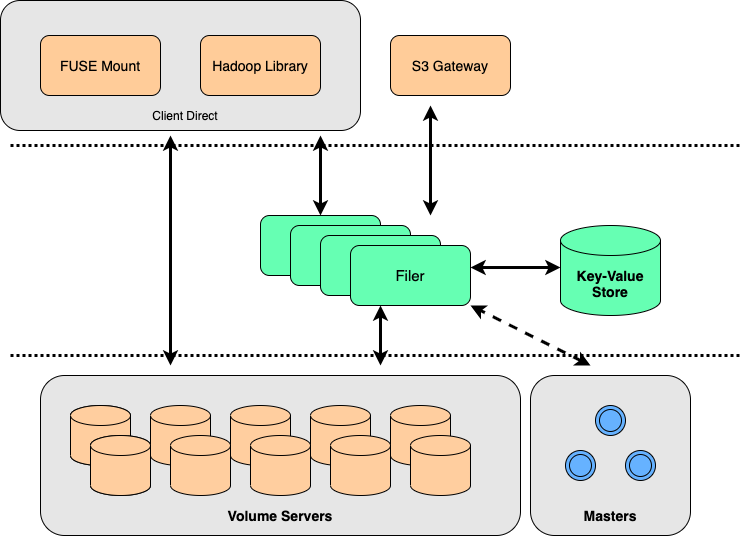
The draw.io diagram note/SeaweedFS_Architecture.png in seaweedfs/seaweedfs, before a commit. Source tidied: cells renumbered, new cells last; positions are measured from the earlier drawing's top-left corner, leaving out a move shared by most shapes.
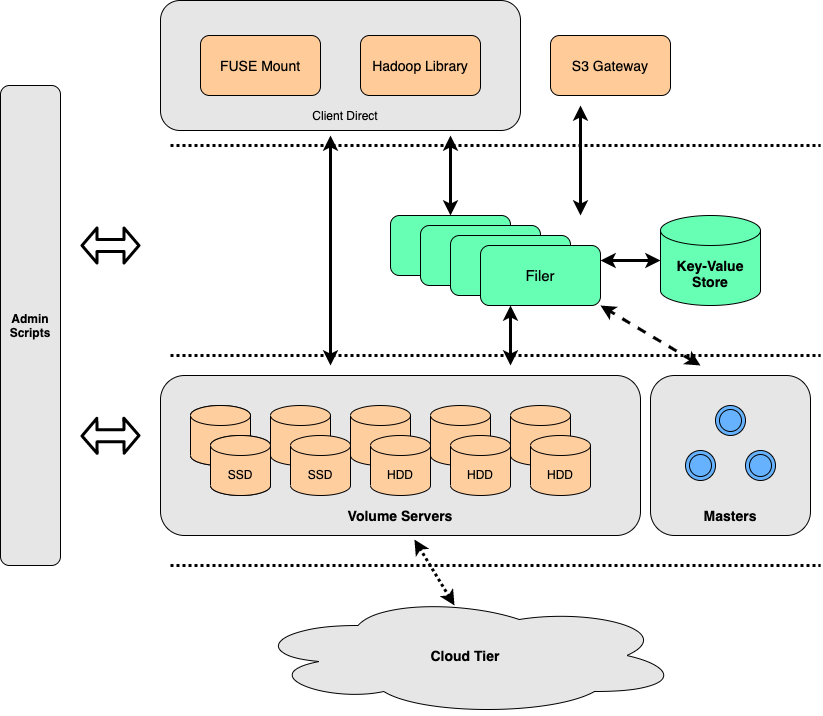
After the change.

Diff of the diagram source:
```diff
@@ -6,7 +6,7 @@
       <mxGeometry width="360" height="130" as="geometry" />
     </mxCell>
     <mxCell id="3" style="group;" parent="1" vertex="1">
-      <mxGeometry x="40" y="375" width="480" height="160" as="geometry" />
+      <mxGeometry y="375" width="480" height="160" as="geometry" />
     </mxCell>
     <mxCell id="4" style="rounded=1;whiteSpace=wrap;html=1;fillColor=#E6E6E6;" parent="3" vertex="1">
       <mxGeometry width="480" height="160" as="geometry" />
@@ -32,26 +32,26 @@
     <mxCell id="11" style="shape=cylinder3;whiteSpace=wrap;html=1;boundedLbl=1;backgroundOutline=1;size=10;fillColor=#FFCE9F;" parent="3" vertex="1">
       <mxGeometry x="50" y="60" width="60" height="60" as="geometry" />
     </mxCell>
-    <mxCell id="12" style="shape=cylinder3;whiteSpace=wrap;html=1;boundedLbl=1;backgroundOutline=1;size=10;fillColor=#FFCE9F;" parent="3" vertex="1">
+    <mxCell id="12" value="SSD" style="shape=cylinder3;whiteSpace=wrap;html=1;boundedLbl=1;backgroundOutline=1;size=10;fillColor=#FFCE9F;" parent="3" vertex="1">
       <mxGeometry x="130" y="60" width="60" height="60" as="geometry" />
     </mxCell>
-    <mxCell id="13" style="shape=cylinder3;whiteSpace=wrap;html=1;boundedLbl=1;backgroundOutline=1;size=10;fillColor=#FFCE9F;" parent="3" vertex="1">
+    <mxCell id="13" value="HDD" style="shape=cylinder3;whiteSpace=wrap;html=1;boundedLbl=1;backgroundOutline=1;size=10;fillColor=#FFCE9F;" parent="3" vertex="1">
       <mxGeometry x="210" y="60" width="60" height="60" as="geometry" />
     </mxCell>
-    <mxCell id="14" style="shape=cylinder3;whiteSpace=wrap;html=1;boundedLbl=1;backgroundOutline=1;size=10;fillColor=#FFCE9F;" parent="3" vertex="1">
+    <mxCell id="14" value="HDD" style="shape=cylinder3;whiteSpace=wrap;html=1;boundedLbl=1;backgroundOutline=1;size=10;fillColor=#FFCE9F;" parent="3" vertex="1">
       <mxGeometry x="290" y="60" width="60" height="60" as="geometry" />
     </mxCell>
-    <mxCell id="15" style="shape=cylinder3;whiteSpace=wrap;html=1;boundedLbl=1;backgroundOutline=1;size=10;fillColor=#FFCE9F;" parent="3" vertex="1">
+    <mxCell id="15" value="HDD" style="shape=cylinder3;whiteSpace=wrap;html=1;boundedLbl=1;backgroundOutline=1;size=10;fillColor=#FFCE9F;" parent="3" vertex="1">
       <mxGeometry x="370" y="60" width="60" height="60" as="geometry" />
     </mxCell>
-    <mxCell id="16" style="shape=cylinder3;whiteSpace=wrap;html=1;boundedLbl=1;backgroundOutline=1;size=10;fillColor=#FFCE9F;" parent="3" vertex="1">
+    <mxCell id="16" value="SSD" style="shape=cylinder3;whiteSpace=wrap;html=1;boundedLbl=1;backgroundOutline=1;size=10;fillColor=#FFCE9F;" parent="3" vertex="1">
       <mxGeometry x="50" y="60" width="60" height="60" as="geometry" />
     </mxCell>
     <mxCell id="17" value="&lt;b&gt;&lt;font style=&quot;font-size: 14px&quot;&gt;Volume Servers&lt;/font&gt;&lt;/b&gt;" style="text;html=1;strokeColor=none;fillColor=none;align=center;verticalAlign=middle;whiteSpace=wrap;rounded=0;" parent="3" vertex="1">
       <mxGeometry x="140" y="130" width="200" height="20" as="geometry" />
     </mxCell>
     <mxCell id="18" style="group;" parent="1" vertex="1">
-      <mxGeometry x="530" y="375" width="160" height="160" as="geometry" />
+      <mxGeometry x="490" y="375" width="160" height="160" as="geometry" />
     </mxCell>
     <mxCell id="19" style="rounded=1;whiteSpace=wrap;html=1;fillColor=#E6E6E6;" parent="18" vertex="1">
       <mxGeometry width="160" height="160" as="geometry" />
@@ -71,16 +71,16 @@
     <mxCell id="24" style="endArrow=none;dashed=1;html=1;strokeWidth=3;dashPattern=1 1;" parent="1" edge="1">
       <mxGeometry relative="1" as="geometry">
         <mxPoint x="10" y="355" as="sourcePoint" />
-        <mxPoint x="740" y="355" as="targetPoint" />
+        <mxPoint x="660" y="355" as="targetPoint" />
       </mxGeometry>
     </mxCell>
     <mxCell id="25" value="&lt;font style=&quot;font-size: 14px&quot;&gt;&lt;b&gt;Key-Value Store&lt;/b&gt;&lt;/font&gt;" style="shape=cylinder3;whiteSpace=wrap;html=1;boundedLbl=1;backgroundOutline=1;size=15;fillColor=#66FFB3;" parent="1" vertex="1">
-      <mxGeometry x="560" y="225" width="100" height="90" as="geometry" />
+      <mxGeometry x="500" y="215" width="100" height="90" as="geometry" />
     </mxCell>
     <mxCell id="26" style="endArrow=none;dashed=1;html=1;strokeWidth=3;dashPattern=1 1;" parent="1" edge="1">
       <mxGeometry relative="1" as="geometry">
         <mxPoint x="10" y="145" as="sourcePoint" />
-        <mxPoint x="740" y="145" as="targetPoint" />
+        <mxPoint x="660" y="145" as="targetPoint" />
       </mxGeometry>
     </mxCell>
     <mxCell id="27" value="&lt;font style=&quot;font-size: 14px&quot;&gt;S3 Gateway&lt;/font&gt;" style="rounded=1;whiteSpace=wrap;html=1;fillColor=#FFCC99;" parent="1" vertex="1">
@@ -103,11 +103,11 @@
     </mxCell>
     <mxCell id="32" style="endArrow=classic;startArrow=classic;html=1;strokeWidth=3;exitX=0.5;exitY=0;exitDx=0;exitDy=0;" parent="1" edge="1" source="34">
       <mxGeometry relative="1" as="geometry">
-        <mxPoint x="320" y="135" as="targetPoint" />
+        <mxPoint x="290" y="135" as="targetPoint" />
       </mxGeometry>
     </mxCell>
     <mxCell id="33" style="group;" parent="1" vertex="1">
-      <mxGeometry x="260" y="215" width="210" height="90" as="geometry" />
+      <mxGeometry x="230" y="215" width="210" height="90" as="geometry" />
     </mxCell>
     <mxCell id="34" value="Filer" style="rounded=1;whiteSpace=wrap;html=1;fillColor=#66FFB3;" parent="33" vertex="1">
       <mxGeometry width="120" height="60" as="geometry" />
@@ -121,26 +121,53 @@
     <mxCell id="37" value="&lt;font style=&quot;font-size: 15px&quot;&gt;Filer&lt;/font&gt;" style="rounded=1;whiteSpace=wrap;html=1;fillColor=#66FFB3;" parent="33" vertex="1">
       <mxGeometry x="90" y="30" width="120" height="60" as="geometry" />
     </mxCell>
-    <mxCell id="38" style="endArrow=classic;startArrow=classic;html=1;strokeWidth=3;exitX=1;exitY=0.367;exitDx=0;exitDy=0;exitPerimeter=0;" parent="1" edge="1" source="37">
-      <mxGeometry relative="1" as="geometry">
-        <mxPoint x="560" y="267" as="targetPoint" />
-      </mxGeometry>
+    <mxCell id="38" style="endArrow=classic;startArrow=classic;html=1;strokeWidth=3;entryX=0;entryY=0.5;entryDx=0;entryDy=0;entryPerimeter=0;exitX=1;exitY=0.25;exitDx=0;exitDy=0;" parent="1" edge="1" source="37" target="25">
+      <mxGeometry relative="1" as="geometry" />
     </mxCell>
     <mxCell id="39" style="endArrow=classic;startArrow=classic;html=1;strokeWidth=3;" parent="1" edge="1">
       <mxGeometry relative="1" as="geometry">
-        <mxPoint x="430" y="215" as="sourcePoint" />
-        <mxPoint x="430" y="105" as="targetPoint" />
+        <mxPoint x="420" y="215" as="sourcePoint" />
+        <mxPoint x="420" y="105" as="targetPoint" />
       </mxGeometry>
     </mxCell>
     <mxCell id="40" style="endArrow=classic;startArrow=classic;html=1;strokeWidth=3;entryX=0.25;entryY=1;entryDx=0;entryDy=0;" parent="1" edge="1" target="37">
       <mxGeometry relative="1" as="geometry">
-        <mxPoint x="380" y="365" as="sourcePoint" />
+        <mxPoint x="350" y="365" as="sourcePoint" />
       </mxGeometry>
     </mxCell>
     <mxCell id="41" style="endArrow=classic;startArrow=classic;html=1;strokeWidth=3;entryX=1;entryY=1;entryDx=0;entryDy=0;dashed=1;" parent="1" edge="1" target="37">
       <mxGeometry relative="1" as="geometry">
-        <mxPoint x="590" y="365" as="sourcePoint" />
+        <mxPoint x="540" y="365" as="sourcePoint" />
       </mxGeometry>
     </mxCell>
+    <mxCell id="42" style="endArrow=none;dashed=1;html=1;strokeWidth=3;dashPattern=1 1;" parent="1" edge="1">
+      <mxGeometry relative="1" as="geometry">
+        <mxPoint x="10" y="565" as="sourcePoint" />
+        <mxPoint x="660" y="565" as="targetPoint" />
+      </mxGeometry>
+    </mxCell>
+    <mxCell id="43" value="&lt;font style=&quot;font-size: 14px&quot;&gt;&lt;b&gt;Cloud Tier&lt;/b&gt;&lt;/font&gt;" style="ellipse;shape=cloud;whiteSpace=wrap;html=1;fillColor=#E6E6E6;" parent="1" vertex="1">
+      <mxGeometry x="90" y="595" width="430" height="120" as="geometry" />
+    </mxCell>
+    <mxCell id="44" style="endArrow=classic;startArrow=classic;html=1;dashed=1;dashPattern=1 1;strokeWidth=3;entryX=0.529;entryY=1.025;entryDx=0;entryDy=0;entryPerimeter=0;" parent="1" edge="1" target="4">
+      <mxGeometry relative="1" as="geometry">
+        <mxPoint x="294" y="605" as="sourcePoint" />
+      </mxGeometry>
+    </mxCell>
+    <mxCell id="45" value="&lt;font size=&quot;1&quot;&gt;&lt;b style=&quot;font-size: 12px&quot;&gt;Admin Scripts&lt;/b&gt;&lt;/font&gt;" style="rounded=1;whiteSpace=wrap;html=1;fillColor=#E6E6E6;" parent="1" vertex="1">
+      <mxGeometry x="-160" y="85" width="60" height="480" as="geometry" />
+    </mxCell>
+    <mxCell id="46" style="shape=flexArrow;endArrow=classic;startArrow=classic;html=1;strokeWidth=3;endSize=4;startSize=4;" parent="1" edge="1">
+      <mxGeometry relative="1" as="geometry">
+        <mxPoint x="-20" y="245" as="sourcePoint" />
+        <mxPoint x="-80" y="245" as="targetPoint" />
+      </mxGeometry>
+    </mxCell>
+    <mxCell id="47" style="shape=flexArrow;endArrow=classic;startArrow=classic;html=1;strokeWidth=3;endSize=4;startSize=4;" parent="1" edge="1">
+      <mxGeometry relative="1" as="geometry">
+        <mxPoint x="-20" y="435" as="sourcePoint" />
+        <mxPoint x="-80" y="435.5" as="targetPoint" />
+      </mxGeometry>
+    </mxCell>
   </root>
 </mxGraphModel>
```
